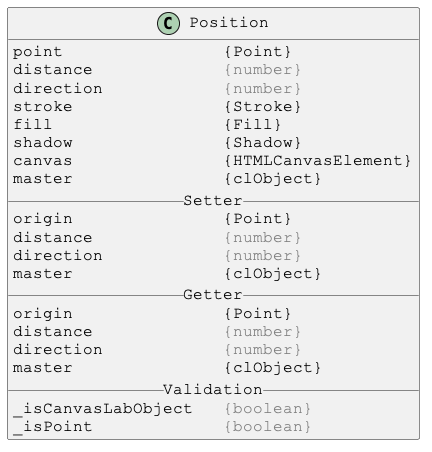
The PlantUML diagram docs/PlantUml/image/Position.png in Justin-Byrne/canvasLab, before a commit. Source of this version:
```plantuml
@startuml

skinparam DefaultFontSize 16
skinparam DefaultFontName Courier New

class Position {
point                {Point}
distance             <color:gray>{number}</color>
direction            <color:gray>{number}</color>
stroke               {Stroke}
fill                 {Fill}
shadow               {Shadow}
canvas               {HTMLCanvasElement}
master               {clObject}
__ Setter __
origin               {Point}
distance             <color:gray>{number}</color>
direction            <color:gray>{number}</color>
master               {clObject}
__ Getter __
origin               {Point}
distance             <color:gray>{number}</color>
direction            <color:gray>{number}</color>
master               {clObject}
__ Validation __
_isCanvasLabObject   <color:gray>{boolean}</color>
_isPoint             <color:gray>{boolean}</color>
}

@enduml
```
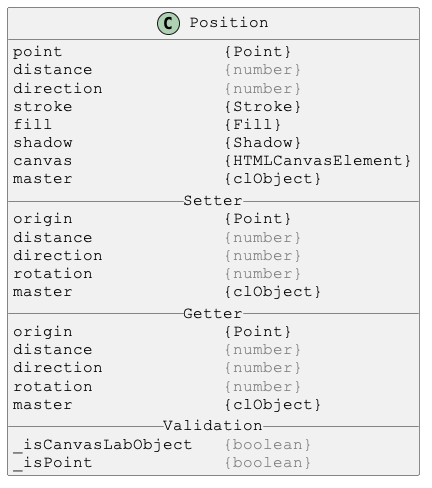
Above is the later version.

The edit, as a diff of the source:
```diff
@@ -16,11 +16,13 @@
 origin               {Point}
 distance             <color:gray>{number}</color>
 direction            <color:gray>{number}</color>
+rotation             <color:gray>{number}</color>
 master               {clObject}
 __ Getter __
 origin               {Point}
 distance             <color:gray>{number}</color>
 direction            <color:gray>{number}</color>
+rotation             <color:gray>{number}</color>
 master               {clObject}
 __ Validation __
 _isCanvasLabObject   <color:gray>{boolean}</color>
```
